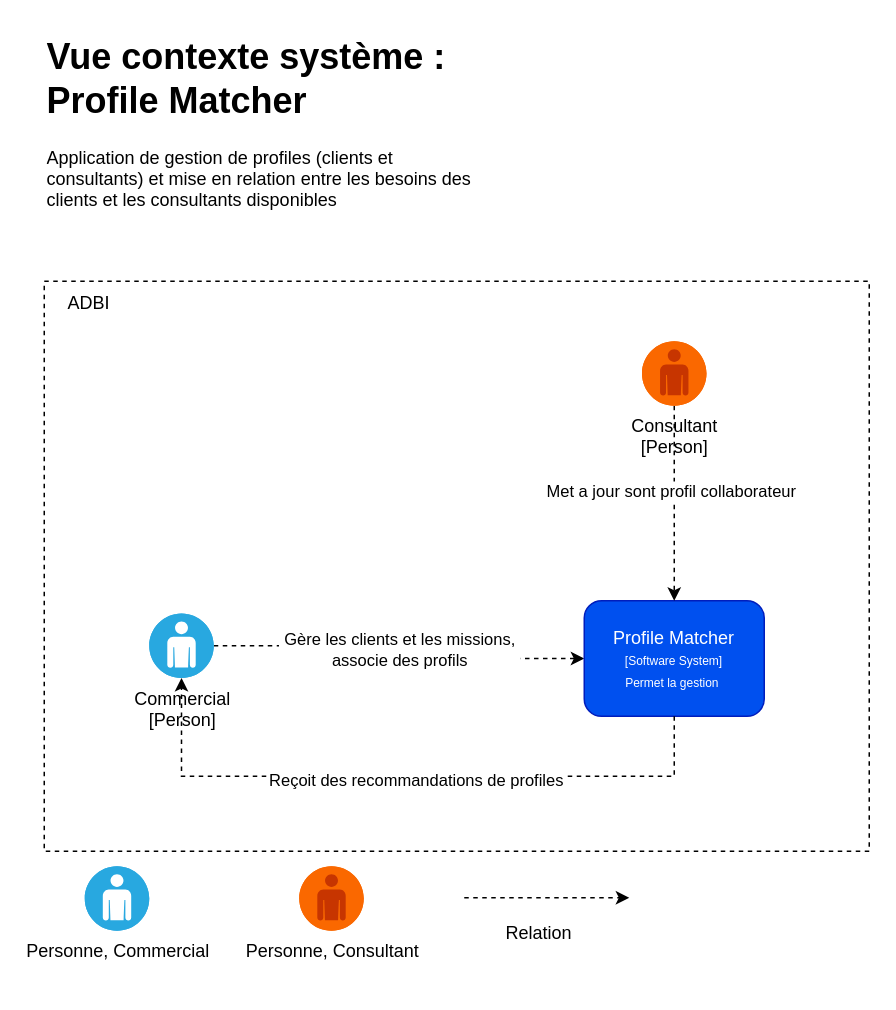
Above: Architecture ADBI C4.drawio in Modern-Data-Journey/dia-architecture (draw.io), before the change. Source tidied: cells renumbered, new cells numbered last; positions are measured from the earlier drawing's top-left corner, leaving out a move shared by most shapes. Both pictures are drawn from the tidied source at 150%, with x=0, y=0 at pixel (44, 26).
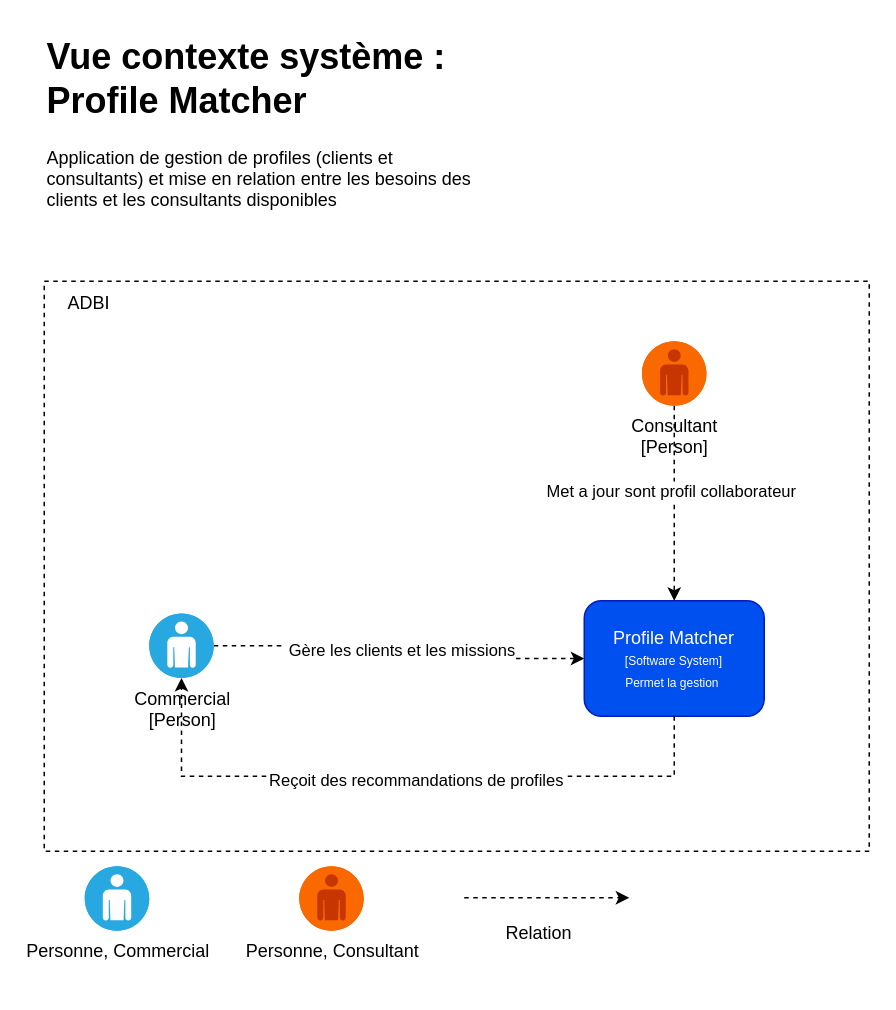
Above is the later version.

Commit message (it also covers changes not shown here):
Mettre à jour Architecture ADBI C4.drawio

The change refers to these unchanged cells:
```xml
<mxCell id="3" style="edgeStyle=orthogonalEdgeStyle;rounded=0;jettySize=auto;html=1;defaultLabelBackgroundColor=page;dashed=1;startArrow=none;startFill=0;" parent="1" edge="1" source="5" target="6">
  <mxGeometry relative="1" as="geometry" />
</mxCell>
```

Diff of the diagram source:
```diff
@@
-    <mxCell id="4" value="&amp;nbsp;Gère les clients et les missions,&amp;nbsp;&lt;div&gt;associe des profils&lt;/div&gt;" style="edgeLabel;html=1;align=center;verticalAlign=middle;inheritText=1;defaultLabelBackgroundColor=page;" parent="3" vertex="1">
+    <mxCell id="4" value="&amp;nbsp;Gère les clients et les missions" style="edgeLabel;html=1;align=center;verticalAlign=middle;inheritText=1;defaultLabelBackgroundColor=page;" parent="3" vertex="1">
       <mxGeometry x="-0.01" relative="1" as="geometry" />
     </mxCell>
```
